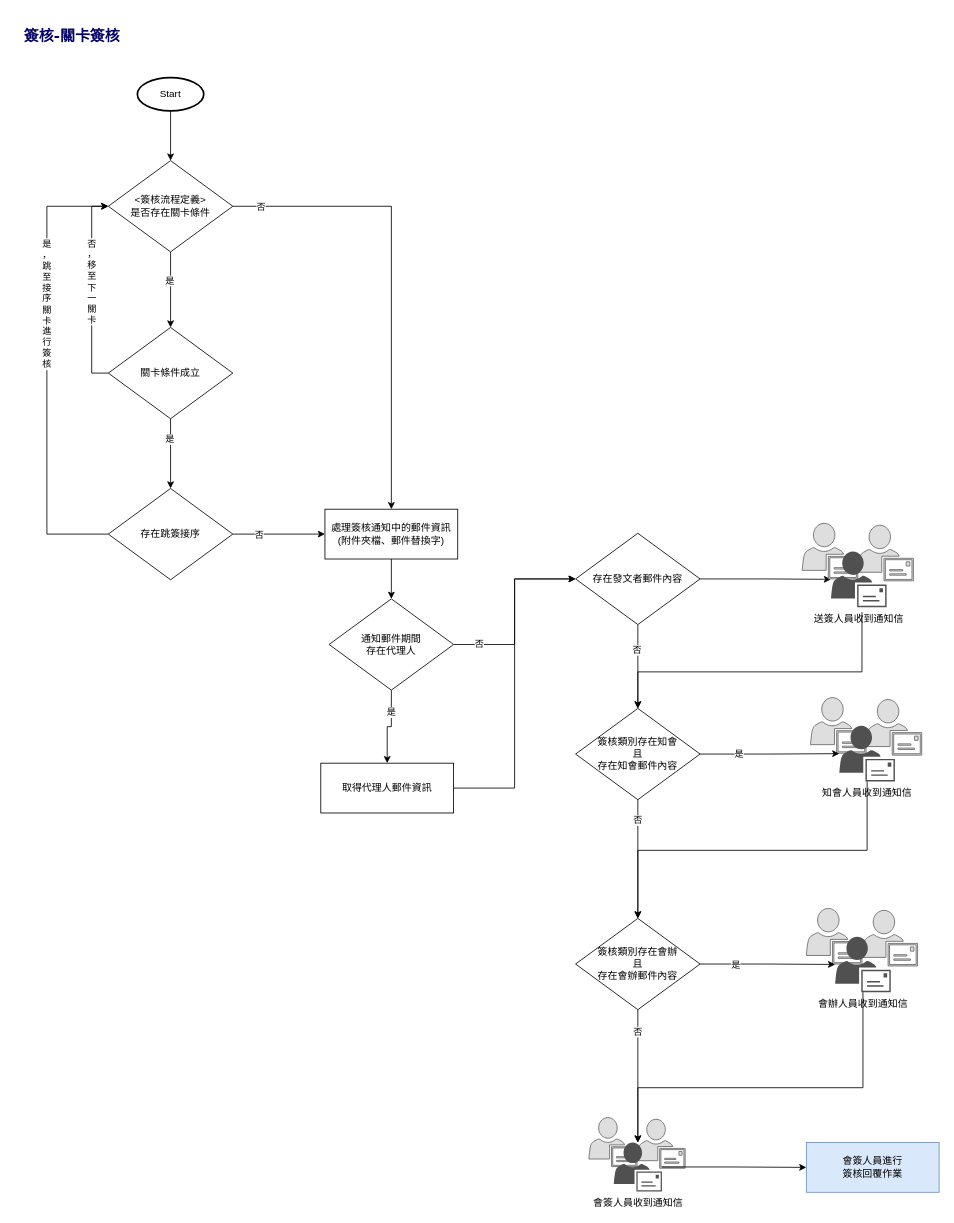
Above: page "關卡簽核" (3 of 4) of 8.10.2/RTE/SYSTEM/SIGNOFF/attachment/簽核流程.drawio in ArcareRD/sadocs (draw.io), before the change. Source tidied: cells renumbered, new cells numbered last; positions are measured from the earlier drawing's top-left corner, leaving out a move shared by most shapes. Both pictures are drawn from the tidied source at 83%, with x=0, y=0 at pixel (14, 14).
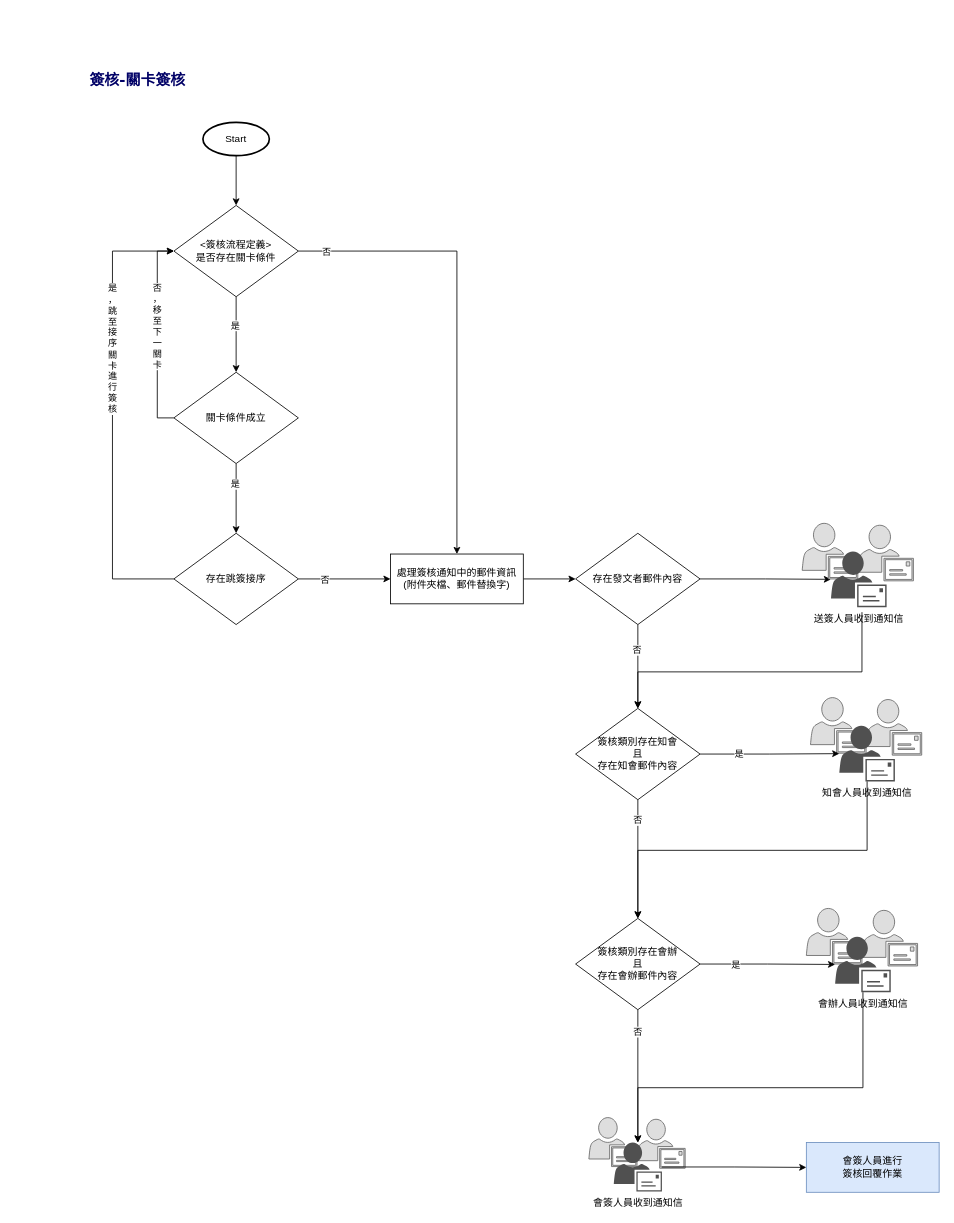
The same diagram, later.

The change refers to these unchanged cells:
```xml
<mxCell id="58" value="存在發文者郵件內容" style="rhombus;whiteSpace=wrap;html=1;" parent="1" vertex="1">
  <mxGeometry x="676" y="625" width="150" height="110" as="geometry" />
</mxCell>
```

What changed in the source:
```diff
@@
-    <mxCell id="2" style="edgeStyle=orthogonalEdgeStyle;rounded=0;jettySize=auto;html=1;entryX=0.5;entryY=0;entryDx=0;entryDy=0;strokeColor=#000000;strokeWidth=1;fontColor=#000000;endArrow=classic;endFill=1;" parent="1" edge="1" source="3" target="50">
-      <mxGeometry relative="1" as="geometry" />
-    </mxCell>
+    <mxCell id="64" style="edgeStyle=orthogonalEdgeStyle;rounded=0;jettySize=auto;html=1;entryX=0;entryY=0.5;entryDx=0;entryDy=0;" parent="1" edge="1" source="3" target="58">
+      <mxGeometry relative="1" as="geometry" />
+    </mxCell>
     <mxCell id="3" value="處理簽核通知中的郵件資訊&lt;br&gt;(附件夾檔、郵件替換字)" style="rounded=0;whiteSpace=wrap;html=1;" parent="1" vertex="1">
-      <mxGeometry x="374" y="596" width="160" height="60" as="geometry" />
+      <mxGeometry x="453" y="650" width="160" height="60" as="geometry" />
     </mxCell>
@@
     <mxCell id="8" value="&amp;lt;簽核流程定義&amp;gt;&lt;br&gt;是否存在關卡條件" style="rhombus;whiteSpace=wrap;html=1;" parent="1" vertex="1">
-      <mxGeometry x="113" y="176" width="150" height="110" as="geometry" />
+      <mxGeometry x="192" y="230" width="150" height="110" as="geometry" />
     </mxCell>
@@
     <mxCell id="13" value="關卡條件成立" style="rhombus;whiteSpace=wrap;html=1;" parent="1" vertex="1">
-      <mxGeometry x="113" y="377" width="150" height="110" as="geometry" />
+      <mxGeometry x="192" y="431" width="150" height="110" as="geometry" />
     </mxCell>
@@
     <mxCell id="16" style="edgeStyle=orthogonalEdgeStyle;rounded=0;jettySize=auto;html=1;entryX=0;entryY=0.5;entryDx=0;entryDy=0;exitX=0;exitY=0.5;exitDx=0;exitDy=0;" parent="1" edge="1" source="18" target="8">
       <mxGeometry relative="1" as="geometry">
         <Array as="points">
-          <mxPoint x="39" y="626" />
-          <mxPoint x="39" y="231" />
+          <mxPoint x="118" y="680" />
+          <mxPoint x="118" y="285" />
         </Array>
       </mxGeometry>
     </mxCell>
@@
     <mxCell id="18" value="存在跳簽接序" style="rhombus;whiteSpace=wrap;html=1;" parent="1" vertex="1">
-      <mxGeometry x="113" y="571" width="150" height="110" as="geometry" />
+      <mxGeometry x="192" y="625" width="150" height="110" as="geometry" />
     </mxCell>
@@
     <mxCell id="21" value="Start" style="strokeWidth=2;html=1;shape=mxgraph.flowchart.start_1;whiteSpace=wrap;" parent="1" vertex="1">
-      <mxGeometry x="148" y="76" width="80" height="40" as="geometry" />
+      <mxGeometry x="227" y="130" width="80" height="40" as="geometry" />
     </mxCell>
@@
-    <mxCell id="46" style="edgeStyle=orthogonalEdgeStyle;rounded=0;jettySize=auto;html=1;entryX=0.5;entryY=0;entryDx=0;entryDy=0;strokeColor=#000000;strokeWidth=1;fontColor=#000000;endArrow=classic;endFill=1;" parent="1" edge="1" source="50" target="52">
-      <mxGeometry relative="1" as="geometry" />
-    </mxCell>
-    <mxCell id="47" value="是" style="edgeLabel;html=1;align=center;verticalAlign=middle;fontColor=#000000;" parent="46" vertex="1">
-      <mxGeometry x="-0.25" y="-2" relative="1" as="geometry">
-        <mxPoint x="1" y="-9" as="offset" />
-      </mxGeometry>
-    </mxCell>
-    <mxCell id="48" style="edgeStyle=orthogonalEdgeStyle;rounded=0;jettySize=auto;html=1;entryX=0;entryY=0.5;entryDx=0;entryDy=0;strokeColor=#000000;strokeWidth=1;endArrow=classic;endFill=1;" parent="1" edge="1" source="50" target="58">
-      <mxGeometry relative="1" as="geometry" />
-    </mxCell>
-    <mxCell id="49" value="否" style="edgeLabel;html=1;align=center;verticalAlign=middle;" parent="48" vertex="1">
-      <mxGeometry x="-0.49" y="-1" relative="1" as="geometry">
-        <mxPoint x="-28" y="-2" as="offset" />
-      </mxGeometry>
-    </mxCell>
-    <mxCell id="50" value="通知郵件期間&lt;br&gt;存在代理人" style="rhombus;whiteSpace=wrap;html=1;" parent="1" vertex="1">
-      <mxGeometry x="379" y="704" width="150" height="110" as="geometry" />
-    </mxCell>
-    <mxCell id="51" style="edgeStyle=orthogonalEdgeStyle;rounded=0;jettySize=auto;html=1;entryX=0;entryY=0.5;entryDx=0;entryDy=0;strokeColor=#000000;strokeWidth=1;endArrow=classic;endFill=1;" parent="1" edge="1" source="52" target="58">
-      <mxGeometry relative="1" as="geometry" />
-    </mxCell>
-    <mxCell id="52" value="取得代理人郵件資訊" style="rounded=0;whiteSpace=wrap;html=1;" parent="1" vertex="1">
-      <mxGeometry x="369" y="902" width="160" height="60" as="geometry" />
-    </mxCell>
@@
     <mxCell id="54" value="簽核-關卡簽核" style="rounded=0;whiteSpace=wrap;html=1;strokeColor=none;fillColor=none;fontStyle=1;fontFamily=Verdana;fontSize=18;fontColor=#000066;dashed=1;strokeWidth=2;" parent="1" vertex="1">
-      <mxGeometry width="139" height="50" as="geometry" />
+      <mxGeometry x="79" y="54" width="139" height="50" as="geometry" />
     </mxCell>
```
